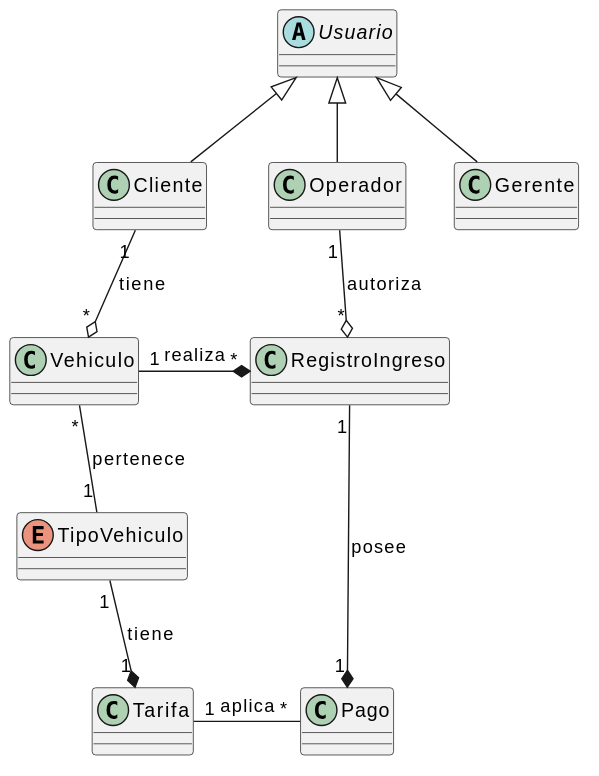
Before: docs/domain/classes-diagram.svg, a diagram exported from PlantUML (xdark-nessx20/demo_parq_temp).
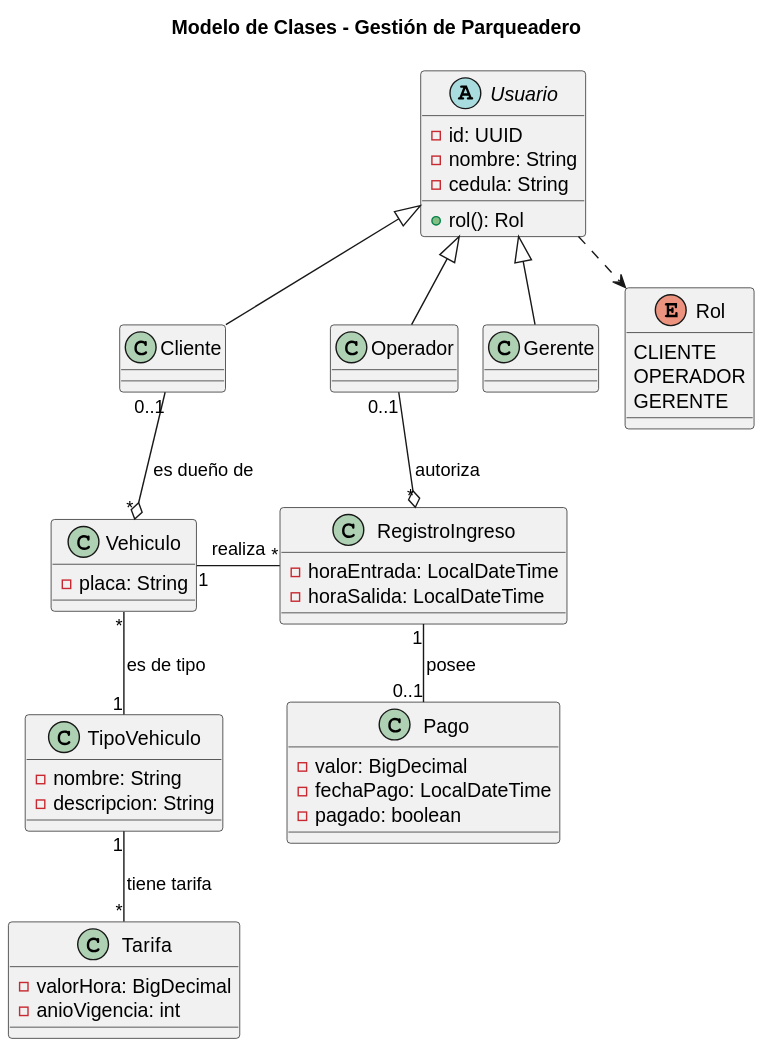
The same diagram one commit later.

The edit, as a diff of the source:
```diff
@@ -1,25 +1,53 @@
 @startuml
-class Vehiculo
-enum  TipoVehiculo
-class Tarifa
-abstract class Usuario
+!pragma layout smetana
+title Modelo de Clases - Gestión de Parqueadero
+
+abstract class Usuario {
+  - id: UUID
+  - nombre: String
+  - cedula: String
+  + rol(): Rol
+}
 class Cliente
 class Operador
 class Gerente
-class RegistroIngreso
-class Pago
+
+enum Rol {
+  CLIENTE
+  OPERADOR
+  GERENTE
+}
+
+class Vehiculo {
+  - placa: String
+}
+class TipoVehiculo {
+  - nombre: String
+  - descripcion: String
+}
+class Tarifa {
+  - valorHora: BigDecimal
+  - anioVigencia: int
+}
+class RegistroIngreso {
+  - horaEntrada: LocalDateTime
+  - horaSalida: LocalDateTime
+}
+class Pago {
+  - valor: BigDecimal
+  - fechaPago: LocalDateTime
+  - pagado: boolean
+}
 
 Cliente -up-|> Usuario
 Operador -up-|> Usuario
 Gerente -up-|> Usuario
+Usuario ..> Rol
 
-Cliente "1"--o"*" Vehiculo : "tiene"
-
-Vehiculo "*"--"1" TipoVehiculo : "pertenece"
-TipoVehiculo "1"--*"1" Tarifa : "tiene"
-Vehiculo "1"-right-*"*" RegistroIngreso : "realiza"
-Operador "1"--o"*" RegistroIngreso : "autoriza"
-RegistroIngreso "1"--*"1" Pago : "posee"
-
-Tarifa "1"-right-"*" Pago : "aplica"
+Cliente "0..1" --o "*" Vehiculo : "es dueño de"
+Vehiculo "*" -- "1" TipoVehiculo : "es de tipo"
+TipoVehiculo "1" -- "*" Tarifa : "tiene tarifa"
+Vehiculo "1" -right- "*" RegistroIngreso : "realiza"
+Operador "0..1" --o "*" RegistroIngreso : "autoriza"
+RegistroIngreso "1" -- "0..1" Pago : "posee"
 @enduml
```
